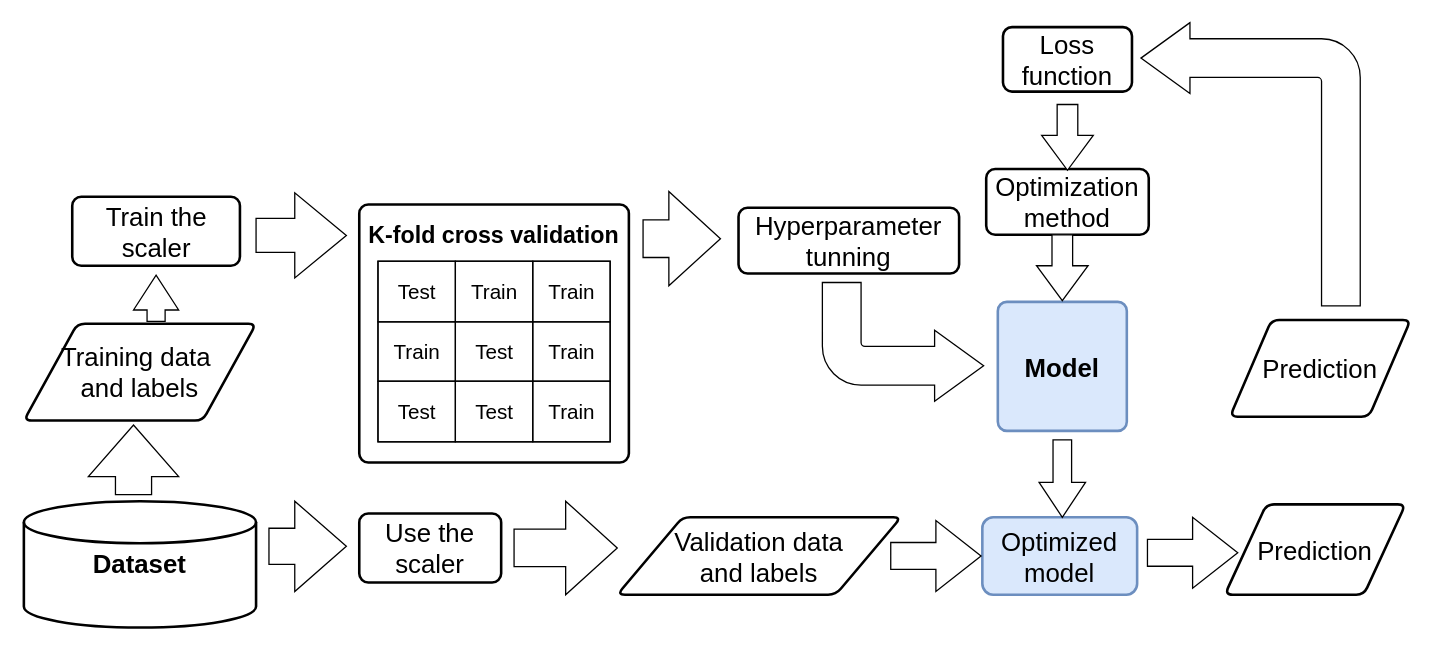
Above: MachineLearning2.drawio in Orozco-Duque/ML (draw.io), before the change. Source tidied: cells renumbered, new cells numbered last; positions are measured from the earlier drawing's top-left corner, leaving out a move shared by most shapes. Both pictures are drawn from the tidied source at 129%, with x=0, y=0 at pixel (23, 26).
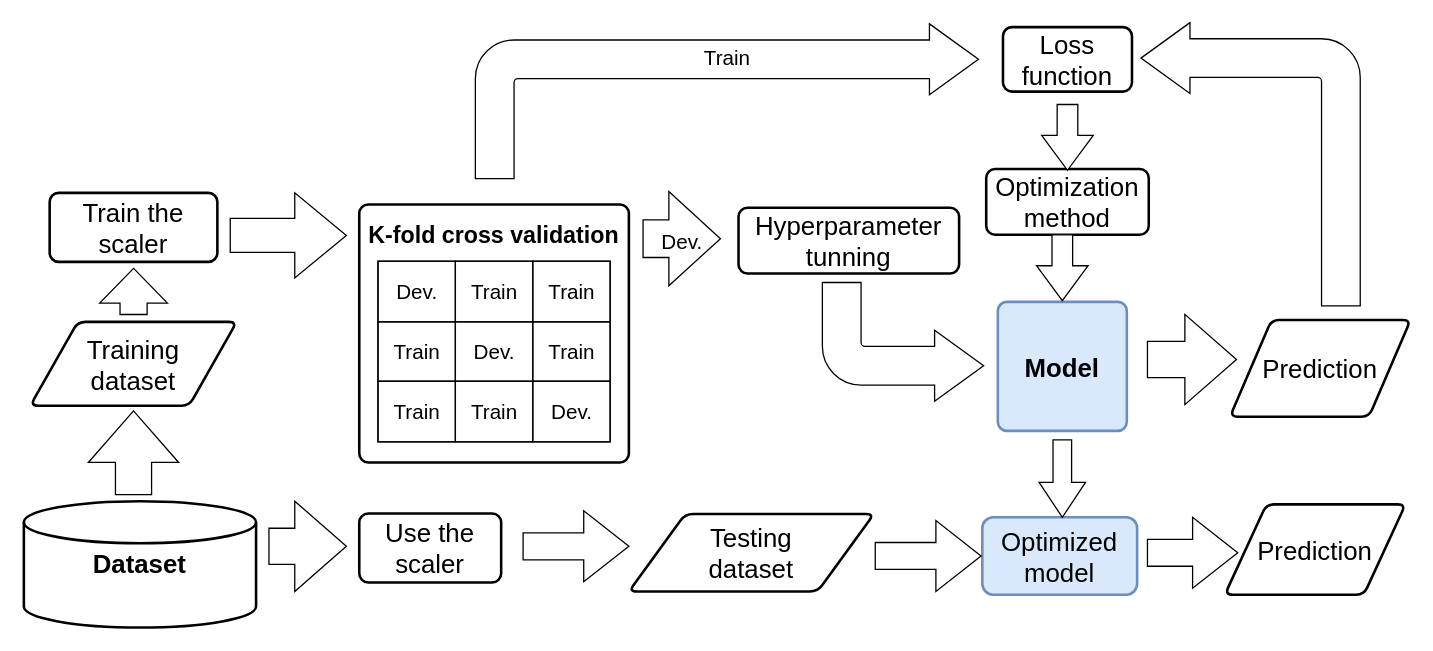
After the change.

The change refers to these unchanged cells:
```xml
<mxCell id="19" style="shape=tableRow;horizontal=0;startSize=0;swimlaneHead=0;swimlaneBody=0;top=0;left=0;bottom=0;right=0;fontStyle=0;fillColor=none;strokeColor=inherit;" parent="18" vertex="1">
  <mxGeometry width="180" height="47" as="geometry" />
</mxCell>
<mxCell id="23" style="shape=tableRow;horizontal=0;startSize=0;swimlaneHead=0;swimlaneBody=0;top=0;left=0;bottom=0;right=0;fontStyle=0;fillColor=none;strokeColor=inherit;" parent="18" vertex="1">
  <mxGeometry y="47" width="180" height="46" as="geometry" />
</mxCell>
<mxCell id="27" style="shape=tableRow;horizontal=0;startSize=0;swimlaneHead=0;swimlaneBody=0;top=0;left=0;bottom=0;right=0;fontStyle=0;fillColor=none;strokeColor=inherit;" parent="18" vertex="1">
  <mxGeometry y="93" width="180" height="47" as="geometry" />
</mxCell>
```

Change to the diagram source:
```diff
@@
-    <mxCell id="4" value="Training data&amp;nbsp;&lt;br&gt;and labels" style="shape=parallelogram;html=1;strokeWidth=2;perimeter=parallelogramPerimeter;whiteSpace=wrap;rounded=1;arcSize=12;size=0.23;fontSize=20;fontColor=#000000;" parent="1" vertex="1">
-      <mxGeometry y="230.5" width="180" height="75" as="geometry" />
+    <mxCell id="4" value="Training &lt;br&gt;dataset" style="shape=parallelogram;html=1;strokeWidth=2;perimeter=parallelogramPerimeter;whiteSpace=wrap;rounded=1;arcSize=12;size=0.23;fontSize=20;fontColor=#000000;" parent="1" vertex="1">
+      <mxGeometry x="5" y="229" width="160" height="65" as="geometry" />
     </mxCell>
@@
-    <mxCell id="11" value="Validation data &lt;br&gt;and labels" style="shape=parallelogram;html=1;strokeWidth=2;perimeter=parallelogramPerimeter;whiteSpace=wrap;rounded=1;arcSize=12;size=0.23;fontSize=20;fontColor=#000000;" parent="1" vertex="1">
-      <mxGeometry x="460" y="380.5" width="220" height="60" as="geometry" />
+    <mxCell id="11" value="Testing &lt;br&gt;dataset" style="shape=parallelogram;html=1;strokeWidth=2;perimeter=parallelogramPerimeter;whiteSpace=wrap;rounded=1;arcSize=12;size=0.23;fontSize=20;fontColor=#000000;" parent="1" vertex="1">
+      <mxGeometry x="469" y="378" width="190" height="60" as="geometry" />
     </mxCell>
@@
     <mxCell id="14" style="html=1;shadow=0;dashed=0;align=center;verticalAlign=middle;shape=mxgraph.arrows2.arrow;dy=0.62;dx=35;notch=0;fontSize=20;fontColor=#000000;" parent="1" vertex="1">
-      <mxGeometry x="672" y="383" width="70" height="55" as="geometry" />
+      <mxGeometry x="660" y="383" width="82" height="55" as="geometry" />
     </mxCell>
@@
-    <mxCell id="20" value="&lt;font style=&quot;font-size: 16px;&quot;&gt;Test&lt;/font&gt;" style="strokeColor=inherit;fillColor=none;align=center;whiteSpace=wrap;html=1;" parent="19" vertex="1">
+    <mxCell id="20" value="&lt;span style=&quot;font-size: 16px;&quot;&gt;Dev.&lt;/span&gt;" style="strokeColor=inherit;fillColor=none;align=center;whiteSpace=wrap;html=1;" parent="19" vertex="1">
       <mxGeometry width="60" height="47" as="geometry" />
     </mxCell>
@@
-    <mxCell id="25" value="&lt;font style=&quot;font-size: 16px;&quot;&gt;Test&lt;/font&gt;" style="strokeColor=inherit;fillColor=none;align=center;whiteSpace=wrap;html=1;" parent="23" vertex="1">
+    <mxCell id="25" value="&lt;font style=&quot;font-size: 16px;&quot;&gt;Dev.&lt;/font&gt;" style="strokeColor=inherit;fillColor=none;align=center;whiteSpace=wrap;html=1;" parent="23" vertex="1">
       <mxGeometry x="60" width="60" height="46" as="geometry" />
     </mxCell>
@@
-    <mxCell id="28" value="&lt;font style=&quot;font-size: 16px;&quot;&gt;Test&lt;/font&gt;" style="strokeColor=inherit;fillColor=none;align=center;whiteSpace=wrap;html=1;" parent="27" vertex="1">
+    <mxCell id="28" value="&lt;font style=&quot;font-size: 16px;&quot;&gt;Train&lt;/font&gt;" style="strokeColor=inherit;fillColor=none;align=center;whiteSpace=wrap;html=1;" parent="27" vertex="1">
       <mxGeometry width="60" height="47" as="geometry" />
     </mxCell>
-    <mxCell id="29" value="&lt;font style=&quot;font-size: 16px;&quot;&gt;Test&lt;/font&gt;" style="strokeColor=inherit;fillColor=none;align=center;whiteSpace=wrap;html=1;" parent="27" vertex="1">
+    <mxCell id="29" value="&lt;font style=&quot;font-size: 16px;&quot;&gt;Train&lt;/font&gt;" style="strokeColor=inherit;fillColor=none;align=center;whiteSpace=wrap;html=1;" parent="27" vertex="1">
       <mxGeometry x="60" width="60" height="47" as="geometry" />
     </mxCell>
-    <mxCell id="30" value="&lt;font style=&quot;font-size: 16px;&quot;&gt;Train&lt;/font&gt;" style="strokeColor=inherit;fillColor=none;align=center;whiteSpace=wrap;html=1;" parent="27" vertex="1">
+    <mxCell id="30" value="&lt;span style=&quot;font-size: 16px;&quot;&gt;Dev.&lt;/span&gt;" style="strokeColor=inherit;fillColor=none;align=center;whiteSpace=wrap;html=1;" parent="27" vertex="1">
       <mxGeometry x="120" width="60" height="47" as="geometry" />
     </mxCell>
@@
     <mxCell id="33" style="html=1;shadow=0;dashed=0;align=center;verticalAlign=middle;shape=mxgraph.arrows2.arrow;dy=0.6;dx=40;direction=north;notch=0;fontSize=20;" parent="1" vertex="1">
-      <mxGeometry x="50" y="309" width="70" height="54" as="geometry" />
+      <mxGeometry x="50" y="298" width="70" height="65" as="geometry" />
     </mxCell>
-    <mxCell id="34" style="html=1;shadow=0;dashed=0;align=center;verticalAlign=middle;shape=mxgraph.arrows2.arrow;dy=0.6;dx=40;notch=0;fontSize=20;" parent="1" vertex="1">
-      <mxGeometry x="380" y="368" width="80" height="72.5" as="geometry" />
-    </mxCell>
     <mxCell id="35" value="Train the scaler" style="rounded=1;whiteSpace=wrap;html=1;absoluteArcSize=1;arcSize=14;strokeWidth=2;fontSize=20;" parent="1" vertex="1">
-      <mxGeometry x="37.5" y="132" width="130" height="53.5" as="geometry" />
+      <mxGeometry x="20" y="129" width="130" height="53.5" as="geometry" />
     </mxCell>
     <mxCell id="36" style="html=1;shadow=0;dashed=0;align=center;verticalAlign=middle;shape=mxgraph.arrows2.arrow;dy=0.6;dx=27;direction=south;notch=0;fontSize=20;fontColor=#000000;rotation=-180;" parent="1" vertex="1">
-      <mxGeometry x="85" y="192.8" width="35" height="35.8" as="geometry" />
+      <mxGeometry x="58.8" y="187.5" width="52.5" height="35.8" as="geometry" />
     </mxCell>
     <mxCell id="37" style="html=1;shadow=0;dashed=0;align=center;verticalAlign=middle;shape=mxgraph.arrows2.arrow;dy=0.6;dx=40;notch=0;fontSize=20;" parent="1" vertex="1">
-      <mxGeometry x="180" y="129" width="70" height="66" as="geometry" />
+      <mxGeometry x="160" y="129" width="90" height="66" as="geometry" />
     </mxCell>
@@
-    <mxCell id="40" style="html=1;shadow=0;dashed=0;align=center;verticalAlign=middle;shape=mxgraph.arrows2.arrow;dy=0.6;dx=40;notch=0;fontSize=20;" parent="1" vertex="1">
+    <mxCell id="40" value="&lt;font style=&quot;font-size: 16px;&quot;&gt;&lt;font style=&quot;font-size: 16px;&quot;&gt;Dev&lt;/font&gt;.&lt;/font&gt;" style="html=1;shadow=0;dashed=0;align=center;verticalAlign=middle;shape=mxgraph.arrows2.arrow;dy=0.6;dx=40;notch=0;fontSize=20;" parent="1" vertex="1">
       <mxGeometry x="480" y="128" width="60" height="73" as="geometry" />
     </mxCell>
+    <mxCell id="41" value="&lt;font style=&quot;font-size: 16px;&quot;&gt;Train&lt;br&gt;&lt;br&gt;&lt;br&gt;&lt;br&gt;&lt;/font&gt;" style="html=1;shadow=0;dashed=0;align=center;verticalAlign=middle;shape=mxgraph.arrows2.bendArrow;dy=15;dx=38;notch=0;arrowHead=55;rounded=1;fontSize=20;" parent="1" vertex="1">
+      <mxGeometry x="350" y="-2" width="390" height="120" as="geometry" />
+    </mxCell>
+    <mxCell id="42" style="html=1;shadow=0;dashed=0;align=center;verticalAlign=middle;shape=mxgraph.arrows2.arrow;dy=0.6;dx=40;notch=0;fontSize=16;" parent="1" vertex="1">
+      <mxGeometry x="871" y="223.2" width="69" height="70" as="geometry" />
+    </mxCell>
+    <mxCell id="43" style="html=1;shadow=0;dashed=0;align=center;verticalAlign=middle;shape=mxgraph.arrows2.arrow;dy=0.62;dx=35;notch=0;fontSize=20;fontColor=#000000;" parent="1" vertex="1">
+      <mxGeometry x="387" y="375.5" width="82" height="55" as="geometry" />
+    </mxCell>
```
